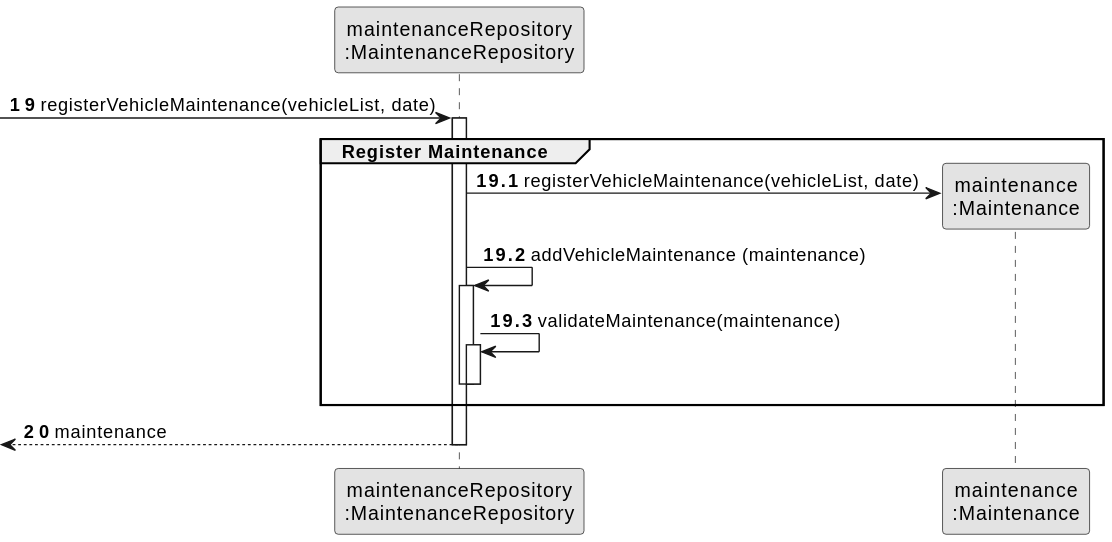
diogoveirospro/lei-24-s2-1dg-g072 keeps this PlantUML diagram as docs/sprintB/us007/03.design/svg/us007-sequence-diagram-partial-register-maintenance.svg. Above is the earlier version. Source of this version:
```plantuml
@startuml
skinparam monochrome true
skinparam packageStyle rectangle
skinparam shadowing false

participant "maintenanceRepository\n:MaintenanceRepository" as MAINREP
participant "maintenance\n:Maintenance" as MAINTENANCE

autonumber 19
-> MAINREP: registerVehicleMaintenance(vehicleList, date)

autonumber 19.1
activate MAINREP
    group Register Maintenance

        MAINREP -> MAINTENANCE**: registerVehicleMaintenance(vehicleList, date)
        MAINREP -> MAINREP: addVehicleMaintenance (maintenance)

        activate MAINREP
            MAINREP -> MAINREP: validateMaintenance(maintenance)
            activate MAINREP
            deactivate MAINREP

        deactivate MAINREP
        end
    autonumber 20
    <-- MAINREP : maintenance
        deactivate MAINREP
@enduml
```
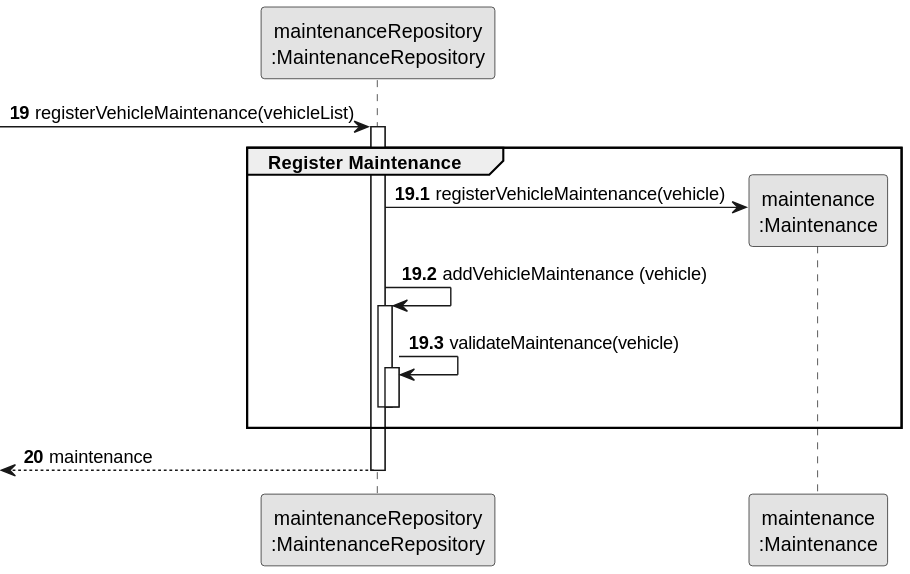
After the commit.

Commit message:
Added some functions to US07 add vehicle maintenance

The edit, as a diff of the source:
```diff
@@ -7,17 +7,17 @@
 participant "maintenance\n:Maintenance" as MAINTENANCE
 
 autonumber 19
--> MAINREP: registerVehicleMaintenance(vehicleList, date)
+-> MAINREP: registerVehicleMaintenance(vehicleList)
 
 autonumber 19.1
 activate MAINREP
     group Register Maintenance
 
-        MAINREP -> MAINTENANCE**: registerVehicleMaintenance(vehicleList, date)
-        MAINREP -> MAINREP: addVehicleMaintenance (maintenance)
+        MAINREP -> MAINTENANCE**: registerVehicleMaintenance(vehicle)
+        MAINREP -> MAINREP: addVehicleMaintenance (vehicle)
 
         activate MAINREP
-            MAINREP -> MAINREP: validateMaintenance(maintenance)
+            MAINREP -> MAINREP: validateMaintenance(vehicle)
             activate MAINREP
             deactivate MAINREP
 
```
